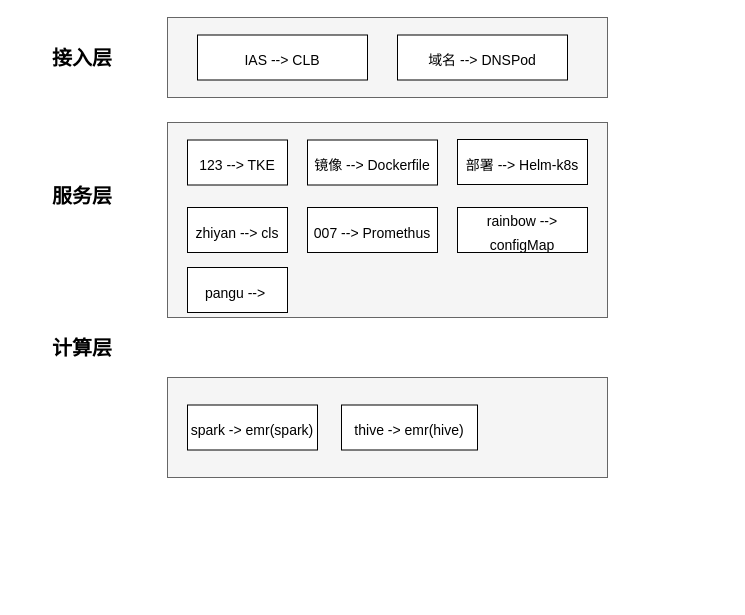
The draw.io diagram tx-cloud-native.drawio in learn2Pro/draw_io_save, before the edit. Source tidied: cells renumbered, new cells numbered last; positions are measured from the earlier drawing's top-left corner, leaving out a move shared by most shapes. Both pictures are drawn from the tidied source at 100%, with x=0, y=0 at pixel (17, 17).
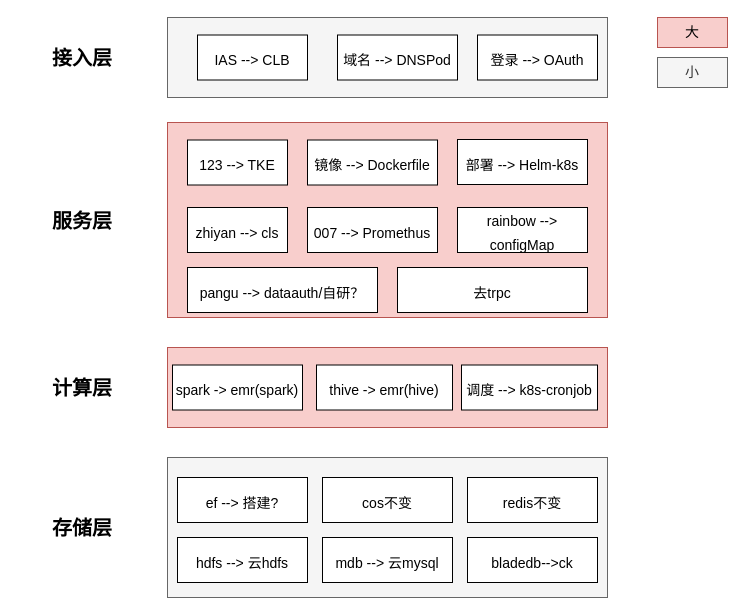
The same diagram, later.

Diff of the diagram source:
```diff
@@
     <mxCell id="4" value="&lt;font style=&quot;font-size: 14px;&quot; color=&quot;#000000&quot;&gt;IAS --&amp;gt; CLB&lt;/font&gt;" style="rounded=0;whiteSpace=wrap;html=1;fontSize=20;fontColor=#FFCCCC;" parent="1" vertex="1">
-      <mxGeometry x="180" y="17.5" width="170" height="45" as="geometry" />
+      <mxGeometry x="180" y="17.5" width="110" height="45" as="geometry" />
     </mxCell>
     <mxCell id="5" value="&lt;font style=&quot;font-size: 14px;&quot; color=&quot;#000000&quot;&gt;域名 --&amp;gt; DNSPod&lt;/font&gt;" style="rounded=0;whiteSpace=wrap;html=1;fontSize=20;fontColor=#FFCCCC;" parent="1" vertex="1">
-      <mxGeometry x="380" y="17.5" width="170" height="45" as="geometry" />
+      <mxGeometry x="320" y="17.5" width="120" height="45" as="geometry" />
     </mxCell>
     <mxCell id="6" value="&lt;span style=&quot;font-size: 20px;&quot;&gt;&lt;b&gt;服务层&lt;/b&gt;&lt;/span&gt;" style="text;html=1;strokeColor=none;fillColor=none;align=center;verticalAlign=middle;whiteSpace=wrap;rounded=0;" parent="1" vertex="1">
-      <mxGeometry y="162.5" width="130" height="30" as="geometry" />
+      <mxGeometry y="187.5" width="130" height="30" as="geometry" />
     </mxCell>
-    <mxCell id="7" style="rounded=0;whiteSpace=wrap;html=1;fontSize=20;fontColor=#333333;fillColor=#f5f5f5;strokeColor=#666666;" parent="1" vertex="1">
+    <mxCell id="7" style="rounded=0;whiteSpace=wrap;html=1;fontSize=20;fillColor=#f8cecc;strokeColor=#b85450;" parent="1" vertex="1">
       <mxGeometry x="150" y="105" width="440" height="195" as="geometry" />
     </mxCell>
@@
     <mxCell id="14" value="&lt;span style=&quot;font-size: 20px;&quot;&gt;&lt;b&gt;计算层&lt;/b&gt;&lt;/span&gt;" style="text;html=1;strokeColor=none;fillColor=none;align=center;verticalAlign=middle;whiteSpace=wrap;rounded=0;" parent="1" vertex="1">
-      <mxGeometry y="315" width="130" height="30" as="geometry" />
+      <mxGeometry y="355" width="130" height="30" as="geometry" />
     </mxCell>
-    <mxCell id="15" style="rounded=0;whiteSpace=wrap;html=1;fontSize=20;fontColor=#333333;fillColor=#f5f5f5;strokeColor=#666666;" parent="1" vertex="1">
-      <mxGeometry x="150" y="360" width="440" height="100" as="geometry" />
+    <mxCell id="15" style="rounded=0;whiteSpace=wrap;html=1;fontSize=20;fillColor=#f8cecc;strokeColor=#b85450;" parent="1" vertex="1">
+      <mxGeometry x="150" y="330" width="440" height="80" as="geometry" />
     </mxCell>
     <mxCell id="16" value="&lt;font color=&quot;#000000&quot;&gt;&lt;span style=&quot;font-size: 14px;&quot;&gt;spark -&amp;gt; emr(spark)&lt;/span&gt;&lt;/font&gt;" style="rounded=0;whiteSpace=wrap;html=1;fontSize=20;fontColor=#FFCCCC;" parent="1" vertex="1">
-      <mxGeometry x="170" y="387.5" width="130" height="45" as="geometry" />
+      <mxGeometry x="155" y="347.5" width="130" height="45" as="geometry" />
     </mxCell>
     <mxCell id="17" value="&lt;font color=&quot;#000000&quot;&gt;&lt;span style=&quot;font-size: 14px;&quot;&gt;thive -&amp;gt; emr(hive)&lt;/span&gt;&lt;/font&gt;" style="rounded=0;whiteSpace=wrap;html=1;fontSize=20;fontColor=#FFCCCC;" parent="1" vertex="1">
-      <mxGeometry x="324" y="387.5" width="136" height="45" as="geometry" />
+      <mxGeometry x="299" y="347.5" width="136" height="45" as="geometry" />
     </mxCell>
-    <mxCell id="18" value="&lt;font style=&quot;font-size: 14px;&quot; color=&quot;#000000&quot;&gt;pangu --&amp;gt;&amp;nbsp;&lt;/font&gt;" style="rounded=0;whiteSpace=wrap;html=1;fontSize=20;fontColor=#FFCCCC;" parent="1" vertex="1">
-      <mxGeometry x="170" y="250" width="100" height="45" as="geometry" />
+    <mxCell id="18" value="&lt;font style=&quot;font-size: 14px;&quot; color=&quot;#000000&quot;&gt;pangu --&amp;gt; dataauth/自研？&lt;/font&gt;" style="rounded=0;whiteSpace=wrap;html=1;fontSize=20;fontColor=#FFCCCC;" parent="1" vertex="1">
+      <mxGeometry x="170" y="250" width="190" height="45" as="geometry" />
     </mxCell>
+    <mxCell id="19" value="&lt;font color=&quot;#000000&quot;&gt;&lt;span style=&quot;font-size: 14px;&quot;&gt;登录 --&amp;gt; OAuth&lt;/span&gt;&lt;/font&gt;" style="rounded=0;whiteSpace=wrap;html=1;fontSize=20;fontColor=#FFCCCC;" parent="1" vertex="1">
+      <mxGeometry x="460" y="17.5" width="120" height="45" as="geometry" />
+    </mxCell>
+    <mxCell id="20" value="&lt;span style=&quot;font-size: 20px;&quot;&gt;&lt;b&gt;存储层&lt;/b&gt;&lt;/span&gt;" style="text;html=1;strokeColor=none;fillColor=none;align=center;verticalAlign=middle;whiteSpace=wrap;rounded=0;" parent="1" vertex="1">
+      <mxGeometry y="495" width="130" height="30" as="geometry" />
+    </mxCell>
+    <mxCell id="21" style="rounded=0;whiteSpace=wrap;html=1;fontSize=20;fontColor=#333333;fillColor=#f5f5f5;strokeColor=#666666;" parent="1" vertex="1">
+      <mxGeometry x="150" y="440" width="440" height="140" as="geometry" />
+    </mxCell>
+    <mxCell id="22" value="&lt;font color=&quot;#000000&quot;&gt;&lt;span style=&quot;font-size: 14px;&quot;&gt;ef --&amp;gt; 搭建?&lt;/span&gt;&lt;/font&gt;" style="rounded=0;whiteSpace=wrap;html=1;fontSize=20;fontColor=#FFCCCC;" parent="1" vertex="1">
+      <mxGeometry x="160" y="460" width="130" height="45" as="geometry" />
+    </mxCell>
+    <mxCell id="23" value="&lt;font color=&quot;#000000&quot;&gt;&lt;span style=&quot;font-size: 14px;&quot;&gt;cos不变&lt;/span&gt;&lt;/font&gt;" style="rounded=0;whiteSpace=wrap;html=1;fontSize=20;fontColor=#FFCCCC;" parent="1" vertex="1">
+      <mxGeometry x="305" y="460" width="130" height="45" as="geometry" />
+    </mxCell>
+    <mxCell id="24" value="&lt;font color=&quot;#000000&quot;&gt;&lt;span style=&quot;font-size: 14px;&quot;&gt;redis不变&lt;/span&gt;&lt;/font&gt;" style="rounded=0;whiteSpace=wrap;html=1;fontSize=20;fontColor=#FFCCCC;" parent="1" vertex="1">
+      <mxGeometry x="450" y="460" width="130" height="45" as="geometry" />
+    </mxCell>
+    <mxCell id="25" value="&lt;font color=&quot;#000000&quot;&gt;&lt;span style=&quot;font-size: 14px;&quot;&gt;hdfs --&amp;gt; 云hdfs&lt;br&gt;&lt;/span&gt;&lt;/font&gt;" style="rounded=0;whiteSpace=wrap;html=1;fontSize=20;fontColor=#FFCCCC;" parent="1" vertex="1">
+      <mxGeometry x="160" y="520" width="130" height="45" as="geometry" />
+    </mxCell>
+    <mxCell id="26" value="&lt;font color=&quot;#000000&quot;&gt;&lt;span style=&quot;font-size: 14px;&quot;&gt;mdb --&amp;gt; 云mysql&lt;br&gt;&lt;/span&gt;&lt;/font&gt;" style="rounded=0;whiteSpace=wrap;html=1;fontSize=20;fontColor=#FFCCCC;" parent="1" vertex="1">
+      <mxGeometry x="305" y="520" width="130" height="45" as="geometry" />
+    </mxCell>
+    <mxCell id="27" value="&lt;font color=&quot;#000000&quot;&gt;&lt;span style=&quot;font-size: 14px;&quot;&gt;bladedb--&amp;gt;ck&lt;br&gt;&lt;/span&gt;&lt;/font&gt;" style="rounded=0;whiteSpace=wrap;html=1;fontSize=20;fontColor=#FFCCCC;" parent="1" vertex="1">
+      <mxGeometry x="450" y="520" width="130" height="45" as="geometry" />
+    </mxCell>
+    <mxCell id="28" value="大" style="rounded=0;whiteSpace=wrap;html=1;fontSize=14;fillColor=#f8cecc;strokeColor=#b85450;" parent="1" vertex="1">
+      <mxGeometry x="640" width="70" height="30" as="geometry" />
+    </mxCell>
+    <mxCell id="29" value="小" style="rounded=0;whiteSpace=wrap;html=1;fontSize=14;fillColor=#f5f5f5;strokeColor=#666666;fontColor=#333333;" parent="1" vertex="1">
+      <mxGeometry x="640" y="40" width="70" height="30" as="geometry" />
+    </mxCell>
+    <mxCell id="30" value="&lt;font style=&quot;font-size: 14px;&quot; color=&quot;#000000&quot;&gt;去trpc&lt;/font&gt;" style="rounded=0;whiteSpace=wrap;html=1;fontSize=20;fontColor=#FFCCCC;" parent="1" vertex="1">
+      <mxGeometry x="380" y="250" width="190" height="45" as="geometry" />
+    </mxCell>
+    <mxCell id="31" value="&lt;font color=&quot;#000000&quot;&gt;&lt;span style=&quot;font-size: 14px;&quot;&gt;调度 --&amp;gt; k8s-cronjob&lt;/span&gt;&lt;/font&gt;" style="rounded=0;whiteSpace=wrap;html=1;fontSize=20;fontColor=#FFCCCC;" parent="1" vertex="1">
+      <mxGeometry x="444" y="347.5" width="136" height="45" as="geometry" />
+    </mxCell>
```
